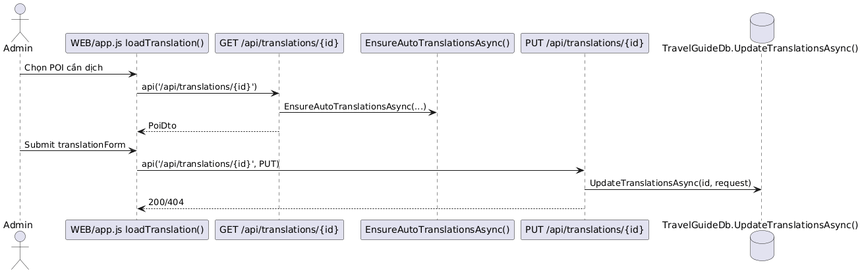
Above: Diagrams/SE Admin QuanLyBanDich.png in hoangtri22/TravelGuide (PlantUML), before the change.
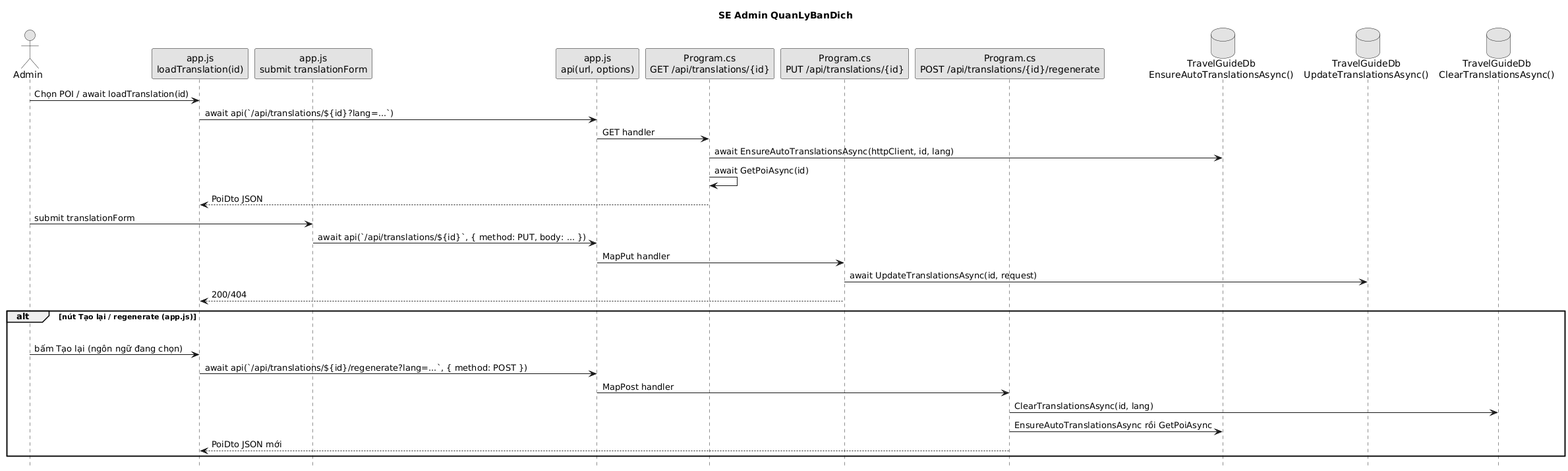
Later version of the same file.

Change to the diagram source:
```diff
@@ -1,16 +1,37 @@
 @startuml
+title SE Admin QuanLyBanDich
+skinparam shadowing false
+skinparam monochrome true
+hide footbox
 actor Admin as A
-participant "WEB/app.js loadTranslation()" as FE
-participant "GET /api/translations/{id}" as GET
-participant "EnsureAutoTranslationsAsync()" as AUTO
-participant "PUT /api/translations/{id}" as PUT
-database "TravelGuideDb.UpdateTranslationsAsync()" as DB
-A -> FE : Chọn POI cần dịch
-FE -> GET : api('/api/translations/{id}')
-GET -> AUTO : EnsureAutoTranslationsAsync(...)
-GET --> FE : PoiDto
-A -> FE : Submit translationForm
-FE -> PUT : api('/api/translations/{id}', PUT)
-PUT -> DB : UpdateTranslationsAsync(id, request)
+participant "app.js\nloadTranslation(id)" as FE
+participant "app.js\nsubmit translationForm" as SUB
+participant "app.js\napi(url, options)" as APIJS
+participant "Program.cs\nGET /api/translations/{id}" as GET
+participant "Program.cs\nPUT /api/translations/{id}" as PUT
+participant "Program.cs\nPOST /api/translations/{id}/regenerate" as REG
+database "TravelGuideDb\nEnsureAutoTranslationsAsync()" as AUTO
+database "TravelGuideDb\nUpdateTranslationsAsync()" as DB
+database "TravelGuideDb\nClearTranslationsAsync()" as CLR
+A -> FE : Chọn POI / await loadTranslation(id)
+FE -> APIJS : await api(`/api/translations/${id}?lang=...`)
+APIJS -> GET : GET handler
+GET -> AUTO : await EnsureAutoTranslationsAsync(httpClient, id, lang)
+GET -> GET : await GetPoiAsync(id)
+GET --> FE : PoiDto JSON
+A -> SUB : submit translationForm
+SUB -> APIJS : await api(`/api/translations/${id}`, { method: PUT, body: ... })
+APIJS -> PUT : MapPut handler
+PUT -> DB : await UpdateTranslationsAsync(id, request)
 PUT --> FE : 200/404
+alt nút Tạo lại / regenerate (app.js)
+  A -[hidden]-> FE
+  APIJS -[hidden]-> REG
+  A -> FE : bấm Tạo lại (ngôn ngữ đang chọn)
+  FE -> APIJS : await api(`/api/translations/${id}/regenerate?lang=...`, { method: POST })
+  APIJS -> REG : MapPost handler
+  REG -> CLR : ClearTranslationsAsync(id, lang)
+  REG -> AUTO : EnsureAutoTranslationsAsync rồi GetPoiAsync
+  REG --> FE : PoiDto JSON mới
+end
 @enduml
```
